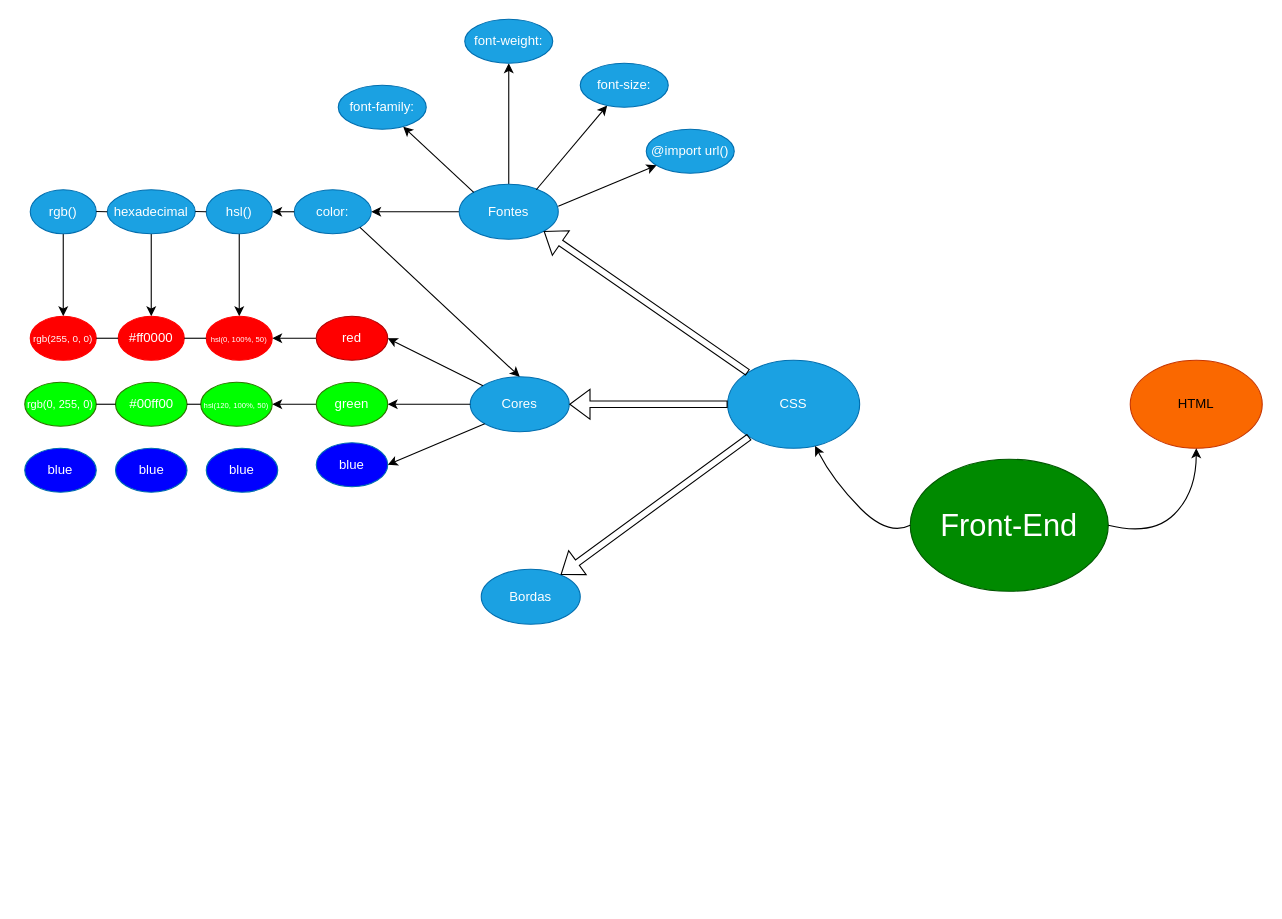
The draw.io diagram css.drawio in mthsmoreira33/atividade_pratica_01, before the edit. Source tidied: cells renumbered, new cells numbered last; positions are measured from the earlier drawing's top-left corner, leaving out a move shared by most shapes. Both pictures are drawn from the tidied source at 110%, with x=0, y=0 at pixel (24, 19).
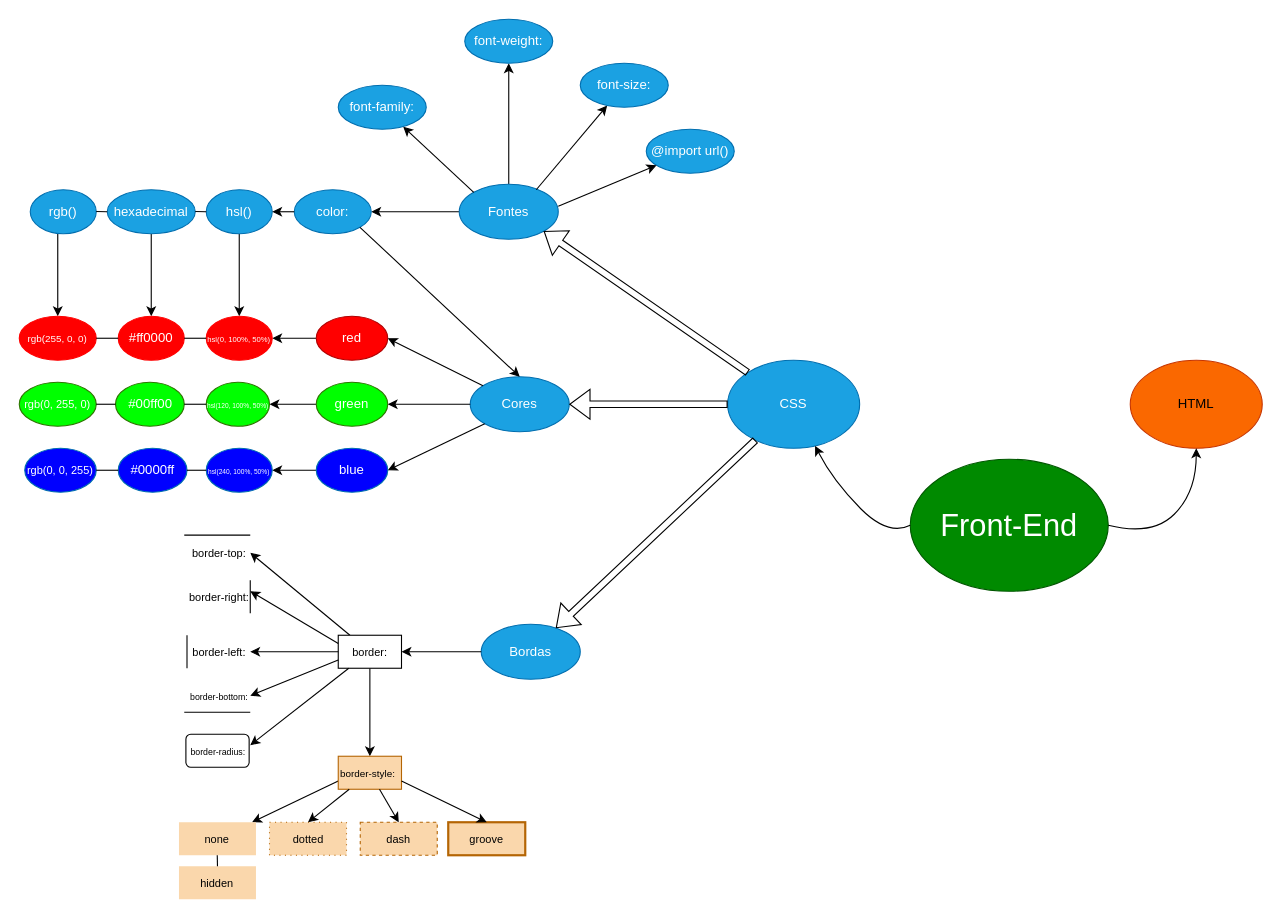
Above is the later version.

Unchanged cells that the change refers to:
```xml
<mxCell id="33" value="rgb()" style="ellipse;whiteSpace=wrap;html=1;fillColor=#1ba1e2;fontColor=#ffffff;strokeColor=#006EAF;fontSize=12;" parent="1" vertex="1">
  <mxGeometry x="5" y="155" width="60" height="40" as="geometry" />
</mxCell>
```

Diff of the diagram source:
```diff
@@
     <mxCell id="11" value="Bordas" style="ellipse;whiteSpace=wrap;html=1;fillColor=#1ba1e2;fontColor=#ffffff;strokeColor=#006EAF;" parent="1" vertex="1">
-      <mxGeometry x="415" y="500" width="90" height="50" as="geometry" />
+      <mxGeometry x="415" y="550" width="90" height="50" as="geometry" />
     </mxCell>
@@
+    <mxCell id="55" style="edgeStyle=none;rounded=0;jettySize=auto;html=1;fontSize=10;entryX=1;entryY=0.5;entryDx=0;entryDy=0;" parent="1" edge="1" source="24" target="52">
+      <mxGeometry relative="1" as="geometry" />
+    </mxCell>
     <mxCell id="24" value="blue" style="ellipse;whiteSpace=wrap;html=1;fillColor=#0000ff;fontColor=#ffffff;strokeColor=#006EAF;" parent="1" vertex="1">
-      <mxGeometry x="265" y="385" width="65" height="40" as="geometry" />
+      <mxGeometry x="265" y="390" width="65" height="40" as="geometry" />
     </mxCell>
@@
-    <mxCell id="32" style="edgeStyle=none;rounded=0;jettySize=auto;html=1;fontSize=7;" parent="1" edge="1" source="33" target="43">
+    <mxCell id="32" style="edgeStyle=none;rounded=0;jettySize=auto;html=1;fontSize=7;exitX=0.417;exitY=0.625;exitDx=0;exitDy=0;exitPerimeter=0;" parent="1" edge="1" source="33" target="43">
       <mxGeometry relative="1" as="geometry" />
     </mxCell>
@@
-    <mxCell id="41" value="&lt;div align=&quot;left&quot;&gt;&lt;font style=&quot;font-size: 7px;&quot;&gt;hsl(0, 100%, 50)&lt;/font&gt;&lt;br&gt;&lt;/div&gt;" style="ellipse;whiteSpace=wrap;html=1;fillColor=#ff0000;fontColor=#ffffff;strokeColor=#FF0000;fontSize=12;" parent="1" vertex="1">
+    <mxCell id="41" value="&lt;div align=&quot;left&quot;&gt;&lt;font style=&quot;font-size: 7px;&quot;&gt;hsl(0, 100%, 50%)&lt;/font&gt;&lt;br&gt;&lt;/div&gt;" style="ellipse;whiteSpace=wrap;html=1;fillColor=#ff0000;fontColor=#ffffff;strokeColor=#FF0000;fontSize=12;" parent="1" vertex="1">
       <mxGeometry x="165" y="270" width="60" height="40" as="geometry" />
     </mxCell>
@@
     <mxCell id="43" value="&lt;font style=&quot;font-size: 9px;&quot;&gt;rgb(255, 0, 0)&lt;/font&gt;" style="ellipse;whiteSpace=wrap;html=1;fillColor=#FF0000;fontColor=#ffffff;strokeColor=#FF0000;fontSize=12;" parent="1" vertex="1">
-      <mxGeometry x="5" y="270" width="60" height="40" as="geometry" />
+      <mxGeometry x="-5" y="270" width="70" height="40" as="geometry" />
     </mxCell>
@@
-    <mxCell id="46" value="&lt;font style=&quot;font-size: 7px;&quot;&gt;hsl(120, 100%, 50)&lt;/font&gt;" style="ellipse;whiteSpace=wrap;html=1;fillColor=#00ff00;fontColor=#ffffff;strokeColor=#2D7600;" parent="1" vertex="1">
-      <mxGeometry x="160" y="330" width="65" height="40" as="geometry" />
+    <mxCell id="46" value="&lt;font style=&quot;font-size: 6px;&quot;&gt;hsl(120, 100%, 50%)&lt;/font&gt;" style="ellipse;whiteSpace=wrap;html=1;fillColor=#00ff00;fontColor=#ffffff;strokeColor=#2D7600;" parent="1" vertex="1">
+      <mxGeometry x="165" y="330" width="57.5" height="40" as="geometry" />
     </mxCell>
     <mxCell id="47" value="#00ff00" style="ellipse;whiteSpace=wrap;html=1;fillColor=#00ff00;fontColor=#ffffff;strokeColor=#2D7600;" parent="1" vertex="1">
-      <mxGeometry x="82.5" y="330" width="65" height="40" as="geometry" />
+      <mxGeometry x="82.5" y="330" width="62.5" height="40" as="geometry" />
     </mxCell>
     <mxCell id="48" value="&lt;font style=&quot;font-size: 10px;&quot;&gt;rgb(0, 255, 0)&lt;/font&gt;" style="ellipse;whiteSpace=wrap;html=1;fillColor=#00ff00;fontColor=#ffffff;strokeColor=#2D7600;" parent="1" vertex="1">
-      <mxGeometry y="330" width="65" height="40" as="geometry" />
+      <mxGeometry x="-5" y="330" width="70" height="40" as="geometry" />
     </mxCell>
@@
-    <mxCell id="52" value="blue" style="ellipse;whiteSpace=wrap;html=1;fillColor=#0000ff;fontColor=#ffffff;strokeColor=#006EAF;" parent="1" vertex="1">
-      <mxGeometry x="165" y="390" width="65" height="40" as="geometry" />
+    <mxCell id="52" value="&lt;font style=&quot;font-size: 6px;&quot;&gt;hsl(240, 100%, 50%)&lt;/font&gt;" style="ellipse;whiteSpace=wrap;html=1;fillColor=#0000ff;fontColor=#ffffff;strokeColor=#006EAF;" parent="1" vertex="1">
+      <mxGeometry x="165" y="390" width="60" height="40" as="geometry" />
     </mxCell>
-    <mxCell id="53" value="blue" style="ellipse;whiteSpace=wrap;html=1;fillColor=#0000ff;fontColor=#ffffff;strokeColor=#006EAF;" parent="1" vertex="1">
-      <mxGeometry x="82.5" y="390" width="65" height="40" as="geometry" />
+    <mxCell id="53" value="#0000ff" style="ellipse;whiteSpace=wrap;html=1;fillColor=#0000ff;fontColor=#ffffff;strokeColor=#006EAF;" parent="1" vertex="1">
+      <mxGeometry x="85" y="390" width="62.5" height="40" as="geometry" />
     </mxCell>
-    <mxCell id="54" value="blue" style="ellipse;whiteSpace=wrap;html=1;fillColor=#0000ff;fontColor=#ffffff;strokeColor=#006EAF;" parent="1" vertex="1">
+    <mxCell id="54" value="&lt;font style=&quot;font-size: 10px;&quot;&gt;rgb(0, 0, 255)&lt;/font&gt;" style="ellipse;whiteSpace=wrap;html=1;fillColor=#0000ff;fontColor=#ffffff;strokeColor=#006EAF;" parent="1" vertex="1">
       <mxGeometry y="390" width="65" height="40" as="geometry" />
     </mxCell>
+    <mxCell id="56" style="endArrow=none;html=1;rounded=0;fontSize=9;exitX=1;exitY=0.5;exitDx=0;exitDy=0;entryX=0;entryY=0.5;entryDx=0;entryDy=0;" parent="1" edge="1" source="53" target="52">
+      <mxGeometry relative="1" as="geometry" />
+    </mxCell>
+    <mxCell id="57" style="endArrow=none;html=1;rounded=0;fontSize=9;exitX=1;exitY=0.5;exitDx=0;exitDy=0;entryX=0;entryY=0.5;entryDx=0;entryDy=0;" parent="1" edge="1" source="54" target="53">
+      <mxGeometry relative="1" as="geometry" />
+    </mxCell>
+    <mxCell id="58" style="edgeStyle=none;rounded=0;jettySize=auto;html=1;fontSize=10;entryX=1;entryY=0.5;entryDx=0;entryDy=0;" parent="1" edge="1" source="60" target="62">
+      <mxGeometry relative="1" as="geometry" />
+    </mxCell>
+    <mxCell id="59" style="edgeStyle=none;rounded=0;jettySize=auto;html=1;fontSize=8;" parent="1" edge="1" source="60" target="76">
+      <mxGeometry relative="1" as="geometry" />
+    </mxCell>
+    <mxCell id="60" value="border:" style="rounded=0;whiteSpace=wrap;html=1;fontSize=10;" parent="1" vertex="1">
+      <mxGeometry x="285" y="560" width="57.5" height="30" as="geometry" />
+    </mxCell>
+    <mxCell id="61" style="endArrow=classic;html=1;rounded=0;fontSize=10;entryX=1;entryY=0.5;entryDx=0;entryDy=0;exitX=0;exitY=0.5;exitDx=0;exitDy=0;" parent="1" edge="1" source="11" target="60">
+      <mxGeometry relative="1" as="geometry" />
+    </mxCell>
+    <mxCell id="62" value="&lt;div&gt;border-top:&lt;/div&gt;" style="rounded=0;whiteSpace=wrap;html=1;fontSize=10;fillColor=#FFFFFF;strokeColor=none;" parent="1" vertex="1">
+      <mxGeometry x="147.5" y="470" width="57.5" height="30" as="geometry" />
+    </mxCell>
+    <mxCell id="63" value="&lt;div&gt;border-right:&lt;/div&gt;" style="rounded=0;whiteSpace=wrap;html=1;fontSize=10;strokeColor=none;" parent="1" vertex="1">
+      <mxGeometry x="147.5" y="510" width="57.5" height="30" as="geometry" />
+    </mxCell>
+    <mxCell id="64" value="&lt;div&gt;border-left:&lt;/div&gt;" style="rounded=0;whiteSpace=wrap;html=1;fontSize=10;strokeColor=none;" parent="1" vertex="1">
+      <mxGeometry x="147.5" y="560" width="57.5" height="30" as="geometry" />
+    </mxCell>
+    <mxCell id="65" value="&lt;div&gt;&lt;font style=&quot;font-size: 8px;&quot;&gt;border-bottom:&lt;/font&gt;&lt;/div&gt;" style="rounded=0;whiteSpace=wrap;html=1;fontSize=10;strokeColor=none;" parent="1" vertex="1">
+      <mxGeometry x="147.5" y="600" width="57.5" height="30" as="geometry" />
+    </mxCell>
+    <mxCell id="66" style="endArrow=none;html=1;rounded=0;fontSize=8;" parent="1" edge="1">
+      <mxGeometry relative="1" as="geometry">
+        <mxPoint x="145" y="469" as="sourcePoint" />
+        <mxPoint x="205" y="469" as="targetPoint" />
+      </mxGeometry>
+    </mxCell>
+    <mxCell id="67" style="endArrow=none;html=1;rounded=0;fontSize=8;" parent="1" edge="1">
+      <mxGeometry x="0.33" y="10" relative="1" as="geometry">
+        <mxPoint x="205" y="540" as="sourcePoint" />
+        <mxPoint x="205" y="510" as="targetPoint" />
+      </mxGeometry>
+    </mxCell>
+    <mxCell id="68" style="endArrow=none;html=1;rounded=0;fontSize=8;" parent="1" edge="1">
+      <mxGeometry x="-1" relative="1" as="geometry">
+        <mxPoint x="147.5" y="590" as="sourcePoint" />
+        <mxPoint x="147.5" y="560" as="targetPoint" />
+      </mxGeometry>
+    </mxCell>
+    <mxCell id="69" style="endArrow=none;html=1;rounded=0;fontSize=8;" parent="1" edge="1">
+      <mxGeometry relative="1" as="geometry">
+        <mxPoint x="145" y="630" as="sourcePoint" />
+        <mxPoint x="205" y="630" as="targetPoint" />
+      </mxGeometry>
+    </mxCell>
+    <mxCell id="70" style="endArrow=classic;html=1;rounded=0;fontSize=8;exitX=0;exitY=0.25;exitDx=0;exitDy=0;" parent="1" edge="1" source="60">
+      <mxGeometry relative="1" as="geometry">
+        <mxPoint x="205" y="520" as="targetPoint" />
+      </mxGeometry>
+    </mxCell>
+    <mxCell id="71" style="endArrow=classic;html=1;rounded=0;fontSize=8;entryX=1;entryY=0.5;entryDx=0;entryDy=0;" parent="1" edge="1" source="60" target="64">
+      <mxGeometry relative="1" as="geometry" />
+    </mxCell>
+    <mxCell id="72" style="endArrow=classic;html=1;rounded=0;fontSize=8;exitX=0;exitY=0.75;exitDx=0;exitDy=0;entryX=1;entryY=0.5;entryDx=0;entryDy=0;" parent="1" edge="1" source="60" target="65">
+      <mxGeometry relative="1" as="geometry" />
+    </mxCell>
+    <mxCell id="73" value="&lt;font style=&quot;font-size: 8px;&quot;&gt;border-radius:&lt;/font&gt;" style="rounded=1;whiteSpace=wrap;html=1;fontSize=10;" parent="1" vertex="1">
+      <mxGeometry x="146.5" y="650" width="57.5" height="30" as="geometry" />
+    </mxCell>
+    <mxCell id="74" style="endArrow=classic;html=1;rounded=0;fontSize=8;" parent="1" edge="1" source="60">
+      <mxGeometry relative="1" as="geometry">
+        <mxPoint x="205" y="660" as="targetPoint" />
+      </mxGeometry>
+    </mxCell>
+    <mxCell id="75" style="edgeStyle=none;rounded=0;jettySize=auto;html=1;fontSize=9;exitX=0;exitY=0.75;exitDx=0;exitDy=0;" parent="1" edge="1" source="76" target="77">
+      <mxGeometry relative="1" as="geometry" />
+    </mxCell>
+    <mxCell id="76" value="&lt;div align=&quot;left&quot;&gt;&lt;font style=&quot;font-size: 9px;&quot;&gt;border-style:&lt;/font&gt;&lt;/div&gt;" style="rounded=0;whiteSpace=wrap;html=1;fontSize=10;align=left;fillColor=#fad7ac;strokeColor=#b46504;" parent="1" vertex="1">
+      <mxGeometry x="285" y="670" width="57.5" height="30" as="geometry" />
+    </mxCell>
+    <mxCell id="77" value="&lt;div align=&quot;center&quot;&gt;none&lt;/div&gt;" style="whiteSpace=wrap;html=1;fontSize=10;align=center;rounded=0;fillColor=#fad7ac;strokeColor=none;" parent="1" vertex="1">
+      <mxGeometry x="140.2" y="730" width="70" height="30" as="geometry" />
+    </mxCell>
+    <mxCell id="78" value="dotted" style="whiteSpace=wrap;html=1;fontSize=10;align=center;rounded=0;dashed=1;dashPattern=1 4;fillColor=#fad7ac;strokeColor=#b46504;" parent="1" vertex="1">
+      <mxGeometry x="222.5" y="730" width="70" height="30" as="geometry" />
+    </mxCell>
+    <mxCell id="79" value="&lt;div&gt;dash&lt;/div&gt;" style="whiteSpace=wrap;html=1;fontSize=10;align=center;rounded=0;dashed=1;fillColor=#fad7ac;strokeColor=#b46504;" parent="1" vertex="1">
+      <mxGeometry x="305" y="730" width="70" height="30" as="geometry" />
+    </mxCell>
+    <mxCell id="80" value="groove" style="whiteSpace=wrap;html=1;fontSize=10;align=center;rounded=0;strokeWidth=2;fillColor=#fad7ac;strokeColor=#b46504;" parent="1" vertex="1">
+      <mxGeometry x="385" y="730" width="70" height="30" as="geometry" />
+    </mxCell>
+    <mxCell id="81" style="endArrow=classic;html=1;rounded=0;fontSize=9;entryX=0.5;entryY=0;entryDx=0;entryDy=0;" parent="1" edge="1" source="76" target="78">
+      <mxGeometry relative="1" as="geometry" />
+    </mxCell>
+    <mxCell id="82" style="endArrow=classic;html=1;rounded=0;fontSize=9;entryX=0.5;entryY=0;entryDx=0;entryDy=0;" parent="1" edge="1" target="79">
+      <mxGeometry relative="1" as="geometry">
+        <mxPoint x="322.5" y="700" as="sourcePoint" />
+      </mxGeometry>
+    </mxCell>
+    <mxCell id="83" style="endArrow=classic;html=1;rounded=0;fontSize=9;entryX=0.5;entryY=0;entryDx=0;entryDy=0;exitX=1;exitY=0.75;exitDx=0;exitDy=0;" parent="1" edge="1" source="76" target="80">
+      <mxGeometry relative="1" as="geometry" />
+    </mxCell>
+    <mxCell id="84" value="hidden" style="whiteSpace=wrap;html=1;fontSize=10;align=center;rounded=0;fillColor=#fad7ac;strokeColor=none;" parent="1" vertex="1">
+      <mxGeometry x="140.2" y="770" width="70" height="30" as="geometry" />
+    </mxCell>
+    <mxCell id="85" style="endArrow=none;html=1;rounded=0;fontSize=9;exitX=0.5;exitY=0;exitDx=0;exitDy=0;" parent="1" edge="1" source="84">
+      <mxGeometry relative="1" as="geometry">
+        <mxPoint x="175" y="760" as="targetPoint" />
+      </mxGeometry>
+    </mxCell>
```
